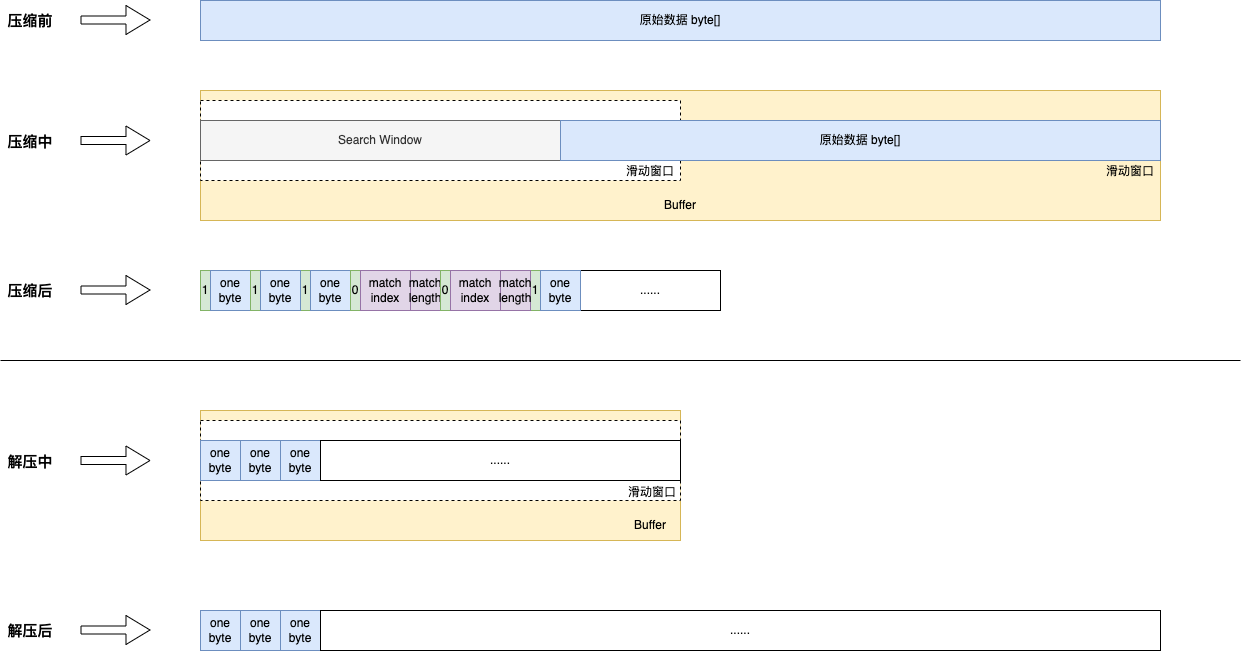
The draw.io diagram LZSS算法原理.drawio.png in blankbro/draw.io, before a commit. Source tidied: cells renumbered, new cells last; positions are measured from the earlier drawing's top-left corner, leaving out a move shared by most shapes.
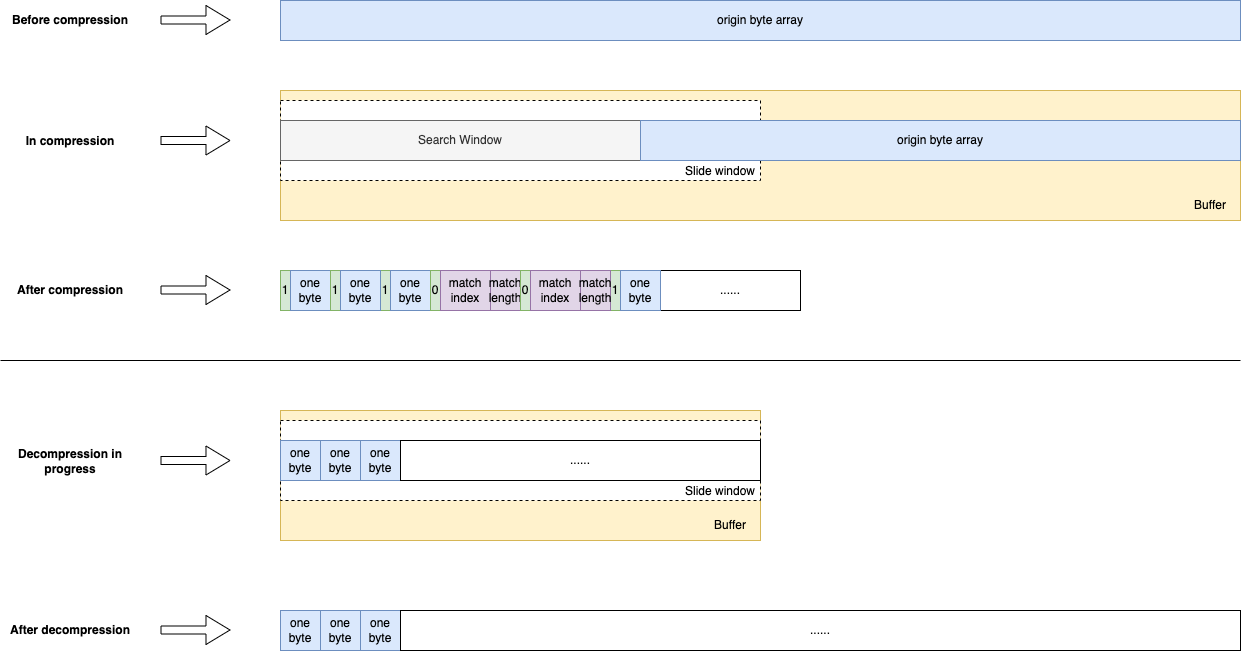
The same file after the commit.

Commit message:
更新LZSS算法原理.drawio.png

Change to the diagram source:
```diff
@@ -11,23 +11,23 @@
     <mxCell id="4" style="rounded=0;whiteSpace=wrap;html=1;fillColor=default;dashed=1;" parent="1" vertex="1">
       <mxGeometry x="200" y="100" width="480" height="80" as="geometry" />
     </mxCell>
-    <mxCell id="5" value="原始数据 byte[]" style="rounded=0;whiteSpace=wrap;html=1;fillColor=#dae8fc;strokeColor=#6c8ebf;" parent="1" vertex="1">
+    <mxCell id="5" value="origin byte array" style="rounded=0;whiteSpace=wrap;html=1;fillColor=#dae8fc;strokeColor=#6c8ebf;" parent="1" vertex="1">
       <mxGeometry x="200" width="960" height="40" as="geometry" />
     </mxCell>
     <mxCell id="6" value="Search Window" style="rounded=0;whiteSpace=wrap;html=1;fillColor=#f5f5f5;fontColor=#333333;strokeColor=#666666;" parent="1" vertex="1">
       <mxGeometry x="200" y="120" width="360" height="40" as="geometry" />
     </mxCell>
-    <mxCell id="7" value="滑动窗口" style="text;html=1;strokeColor=none;fillColor=none;align=center;verticalAlign=middle;whiteSpace=wrap;rounded=0;" parent="1" vertex="1">
-      <mxGeometry x="620" y="156" width="60" height="30" as="geometry" />
+    <mxCell id="7" value="Slide window" style="text;html=1;strokeColor=none;fillColor=none;align=center;verticalAlign=middle;whiteSpace=wrap;rounded=0;" parent="1" vertex="1">
+      <mxGeometry x="600" y="156" width="80" height="30" as="geometry" />
     </mxCell>
     <mxCell id="8" value="Buffer" style="text;html=1;strokeColor=none;fillColor=none;align=center;verticalAlign=middle;whiteSpace=wrap;rounded=0;" parent="1" vertex="1">
-      <mxGeometry x="650" y="190" width="60" height="30" as="geometry" />
+      <mxGeometry x="1100" y="190" width="60" height="30" as="geometry" />
     </mxCell>
-    <mxCell id="9" value="&lt;font style=&quot;font-size: 15px;&quot;&gt;&lt;b&gt;压缩前&lt;/b&gt;&lt;/font&gt;" style="text;html=1;strokeColor=none;fillColor=none;align=center;verticalAlign=middle;whiteSpace=wrap;rounded=0;" parent="1" vertex="1">
-      <mxGeometry width="60" height="40" as="geometry" />
+    <mxCell id="9" value="&lt;b&gt;Before compression&lt;/b&gt;" style="text;html=1;strokeColor=none;fillColor=none;align=center;verticalAlign=middle;whiteSpace=wrap;rounded=0;" parent="1" vertex="1">
+      <mxGeometry x="-80" width="140" height="40" as="geometry" />
     </mxCell>
-    <mxCell id="10" value="&lt;font style=&quot;font-size: 15px;&quot;&gt;&lt;b&gt;压缩中&lt;/b&gt;&lt;/font&gt;" style="text;html=1;strokeColor=none;fillColor=none;align=center;verticalAlign=middle;whiteSpace=wrap;rounded=0;" parent="1" vertex="1">
-      <mxGeometry y="121" width="60" height="39" as="geometry" />
+    <mxCell id="10" value="&lt;b&gt;In compression&lt;/b&gt;" style="text;html=1;strokeColor=none;fillColor=none;align=center;verticalAlign=middle;whiteSpace=wrap;rounded=0;" parent="1" vertex="1">
+      <mxGeometry x="-80" y="121" width="140" height="39" as="geometry" />
     </mxCell>
     <mxCell id="11" style="group;" parent="1" vertex="1">
       <mxGeometry x="200" y="270" width="520" height="40" as="geometry" />
@@ -86,8 +86,8 @@
     <mxCell id="29" value="match length" style="rounded=0;whiteSpace=wrap;html=1;fillColor=#e1d5e7;strokeColor=#9673a6;" parent="11" vertex="1">
       <mxGeometry x="300" width="30" height="40" as="geometry" />
     </mxCell>
-    <mxCell id="30" value="&lt;font style=&quot;font-size: 15px;&quot;&gt;&lt;b&gt;压缩后&lt;/b&gt;&lt;/font&gt;" style="text;html=1;strokeColor=none;fillColor=none;align=center;verticalAlign=middle;whiteSpace=wrap;rounded=0;" parent="1" vertex="1">
-      <mxGeometry y="270" width="60" height="40" as="geometry" />
+    <mxCell id="30" value="&lt;b&gt;After compression&lt;/b&gt;" style="text;html=1;strokeColor=none;fillColor=none;align=center;verticalAlign=middle;whiteSpace=wrap;rounded=0;" parent="1" vertex="1">
+      <mxGeometry x="-80" y="270" width="140" height="40" as="geometry" />
     </mxCell>
     <mxCell id="31" style="shape=flexArrow;endArrow=classic;html=1;rounded=0;width=8;endSize=7.67;" parent="1" edge="1">
       <mxGeometry relative="1" as="geometry">
@@ -107,23 +107,17 @@
         <mxPoint x="150" y="289.5" as="targetPoint" />
       </mxGeometry>
     </mxCell>
-    <mxCell id="34" value="原始数据 byte[]" style="rounded=0;whiteSpace=wrap;html=1;fillColor=#dae8fc;strokeColor=#6c8ebf;" parent="1" vertex="1">
+    <mxCell id="34" value="origin byte array" style="rounded=0;whiteSpace=wrap;html=1;fillColor=#dae8fc;strokeColor=#6c8ebf;" parent="1" vertex="1">
       <mxGeometry x="560" y="120" width="600" height="40" as="geometry" />
     </mxCell>
-    <mxCell id="35" value="滑动窗口" style="text;html=1;strokeColor=none;fillColor=none;align=center;verticalAlign=middle;whiteSpace=wrap;rounded=0;" parent="1" vertex="1">
-      <mxGeometry x="1100" y="156" width="60" height="30" as="geometry" />
-    </mxCell>
     <mxCell id="36" style="rounded=0;whiteSpace=wrap;html=1;fillColor=default;dashed=1;" parent="1" vertex="1">
       <mxGeometry x="200" y="420" width="480" height="80" as="geometry" />
     </mxCell>
     <mxCell id="37" value="Buffer" style="text;html=1;strokeColor=none;fillColor=none;align=center;verticalAlign=middle;whiteSpace=wrap;rounded=0;" parent="1" vertex="1">
       <mxGeometry x="620" y="510" width="60" height="30" as="geometry" />
     </mxCell>
-    <mxCell id="38" value="滑动窗口" style="text;html=1;strokeColor=none;fillColor=none;align=center;verticalAlign=middle;whiteSpace=wrap;rounded=0;" parent="1" vertex="1">
-      <mxGeometry x="622" y="477" width="60" height="30" as="geometry" />
-    </mxCell>
-    <mxCell id="39" value="&lt;font style=&quot;font-size: 15px;&quot;&gt;&lt;b&gt;解压中&lt;/b&gt;&lt;/font&gt;" style="text;html=1;strokeColor=none;fillColor=none;align=center;verticalAlign=middle;whiteSpace=wrap;rounded=0;" parent="1" vertex="1">
-      <mxGeometry y="441" width="60" height="39" as="geometry" />
+    <mxCell id="39" value="&lt;b&gt;Decompression in progress&lt;/b&gt;" style="text;html=1;strokeColor=none;fillColor=none;align=center;verticalAlign=middle;whiteSpace=wrap;rounded=0;" parent="1" vertex="1">
+      <mxGeometry x="-80" y="441" width="140" height="39" as="geometry" />
     </mxCell>
     <mxCell id="40" style="shape=flexArrow;endArrow=classic;html=1;rounded=0;width=8;endSize=7.67;" parent="1" edge="1">
       <mxGeometry relative="1" as="geometry">
@@ -158,8 +152,8 @@
     <mxCell id="49" value="......" style="rounded=0;whiteSpace=wrap;html=1;" parent="1" vertex="1">
       <mxGeometry x="320" y="610" width="840" height="40" as="geometry" />
     </mxCell>
-    <mxCell id="50" value="&lt;span style=&quot;font-size: 15px;&quot;&gt;&lt;b&gt;解压后&lt;/b&gt;&lt;/span&gt;" style="text;html=1;strokeColor=none;fillColor=none;align=center;verticalAlign=middle;whiteSpace=wrap;rounded=0;" parent="1" vertex="1">
-      <mxGeometry y="610" width="60" height="40" as="geometry" />
+    <mxCell id="50" value="&lt;b&gt;After decompression&lt;/b&gt;" style="text;html=1;strokeColor=none;fillColor=none;align=center;verticalAlign=middle;whiteSpace=wrap;rounded=0;" parent="1" vertex="1">
+      <mxGeometry x="-80" y="610" width="140" height="40" as="geometry" />
     </mxCell>
     <mxCell id="51" style="shape=flexArrow;endArrow=classic;html=1;rounded=0;width=8;endSize=7.67;" parent="1" edge="1">
       <mxGeometry relative="1" as="geometry">
@@ -169,9 +163,12 @@
     </mxCell>
     <mxCell id="52" style="endArrow=none;html=1;rounded=0;" parent="1" edge="1">
       <mxGeometry relative="1" as="geometry">
-        <mxPoint y="360" as="sourcePoint" />
-        <mxPoint x="1240" y="360" as="targetPoint" />
+        <mxPoint x="-80" y="360" as="sourcePoint" />
+        <mxPoint x="1160" y="360" as="targetPoint" />
       </mxGeometry>
     </mxCell>
+    <mxCell id="53" value="Slide window" style="text;html=1;strokeColor=none;fillColor=none;align=center;verticalAlign=middle;whiteSpace=wrap;rounded=0;" parent="1" vertex="1">
+      <mxGeometry x="600" y="476" width="80" height="30" as="geometry" />
+    </mxCell>
   </root>
 </mxGraphModel>
```
